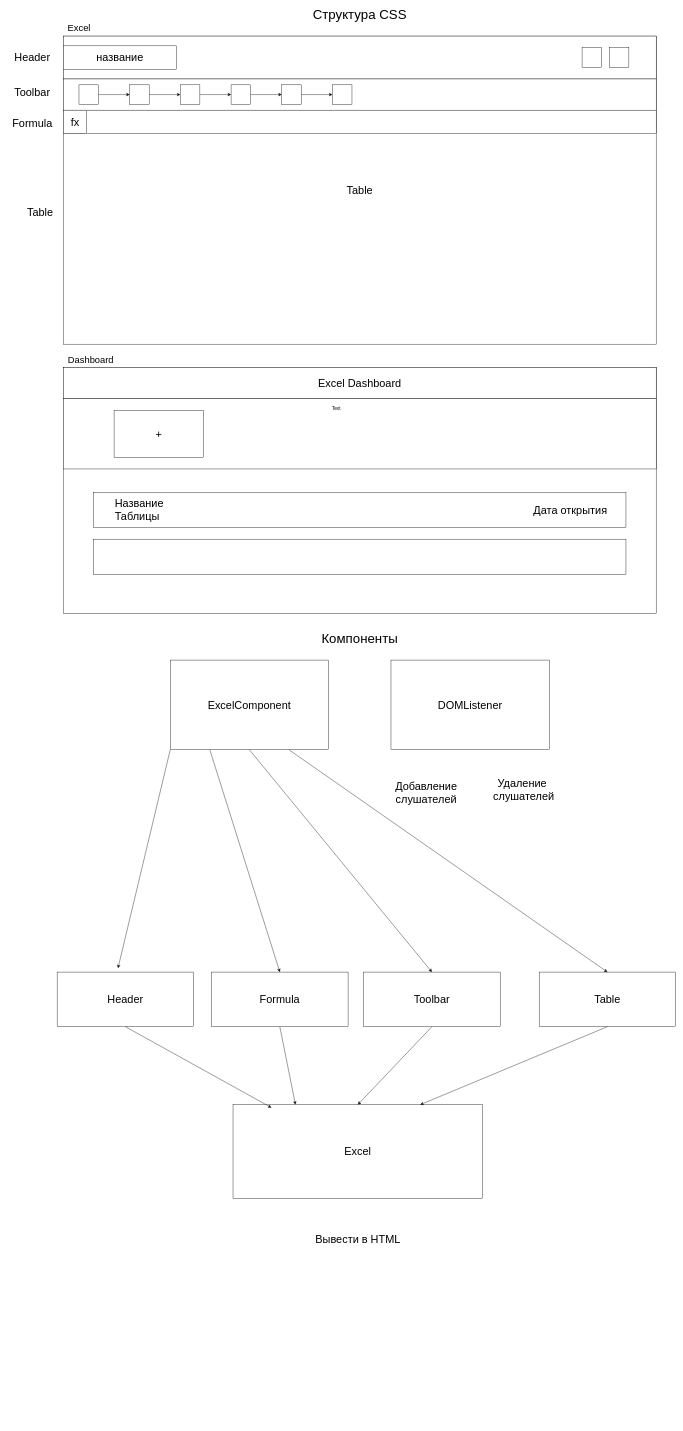
Alexander-Sab/Think_Senor keeps this draw.io diagram as src/scss/Диаграмма без названия.drawio. Above is the earlier version. Source tidied: cells renumbered, new cells numbered last; positions are measured from the earlier drawing's top-left corner, leaving out a move shared by most shapes. Both pictures are drawn from the tidied source at 39%, with x=0, y=0 at pixel (7, 9).
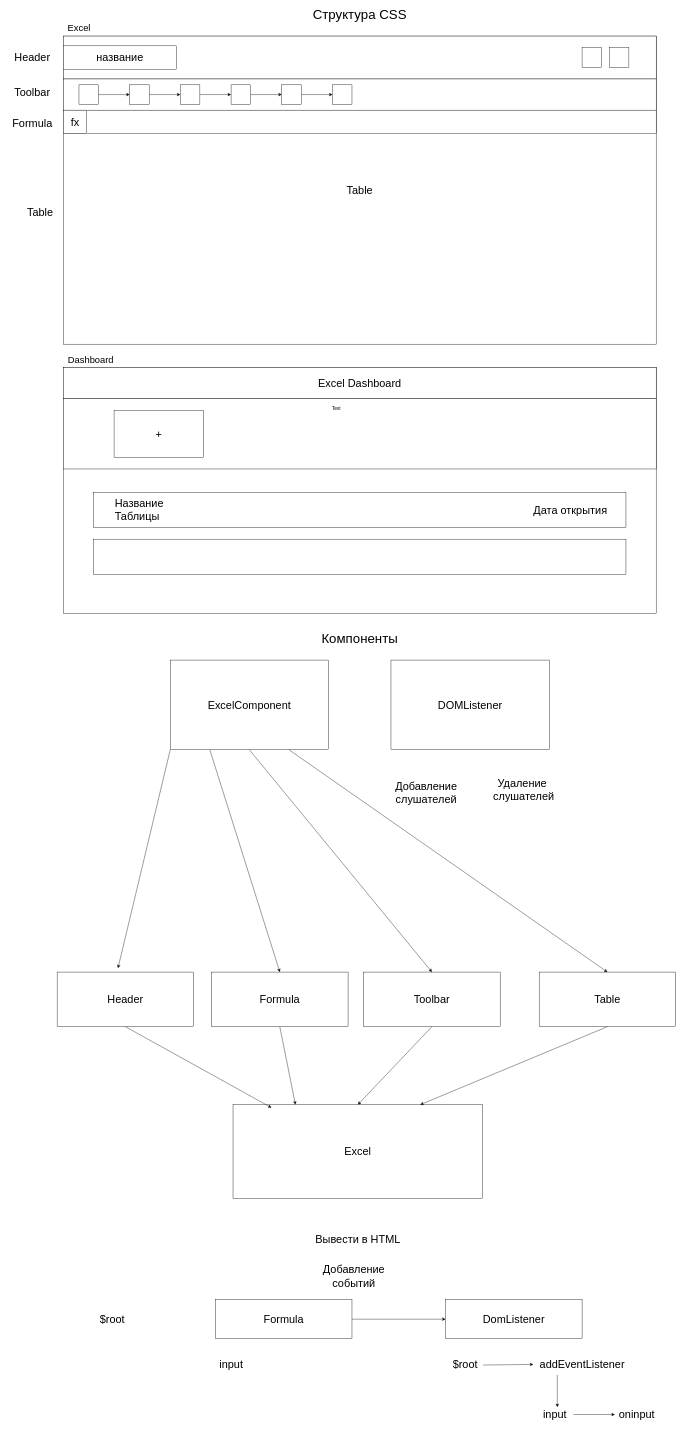
Above is the later version.

Change to the diagram source:
```diff
@@
+    <mxCell id="56" value="&lt;font style=&quot;font-size: 28px;&quot;&gt;Добавление событий&lt;/font&gt;" style="text;html=1;align=center;verticalAlign=middle;whiteSpace=wrap;rounded=0;strokeWidth=28;" parent="1" vertex="1">
+      <mxGeometry x="795" y="3210" width="190" height="80" as="geometry" />
+    </mxCell>
+    <mxCell id="57" value="&lt;font style=&quot;font-size: 28px;&quot;&gt;Formula&lt;/font&gt;" style="rounded=0;whiteSpace=wrap;html=1;" parent="1" vertex="1">
+      <mxGeometry x="535" y="3310" width="350" height="100" as="geometry" />
+    </mxCell>
+    <mxCell id="58" value="&lt;font style=&quot;font-size: 28px;&quot;&gt;DomListener&lt;/font&gt;" style="rounded=0;whiteSpace=wrap;html=1;" parent="1" vertex="1">
+      <mxGeometry x="1125" y="3310" width="350" height="100" as="geometry" />
+    </mxCell>
+    <mxCell id="59" value="&lt;span style=&quot;font-size: 28px;&quot;&gt;input&lt;/span&gt;" style="text;html=1;align=center;verticalAlign=middle;strokeColor=none;fillColor=none;" parent="1" vertex="1">
+      <mxGeometry x="535" y="3450" width="80" height="50" as="geometry" />
+    </mxCell>
+    <mxCell id="60" value="&lt;span style=&quot;font-size: 28px;&quot;&gt;$root&lt;/span&gt;" style="text;html=1;align=center;verticalAlign=middle;strokeColor=none;fillColor=none;" parent="1" vertex="1">
+      <mxGeometry x="225" y="3335" width="90" height="50" as="geometry" />
+    </mxCell>
+    <mxCell id="61" style="endArrow=classic;html=1;rounded=0;exitX=1;exitY=0.5;exitDx=0;exitDy=0;entryX=0;entryY=0.5;entryDx=0;entryDy=0;" parent="1" edge="1" source="57" target="58">
+      <mxGeometry relative="1" as="geometry" />
+    </mxCell>
+    <mxCell id="62" value="&lt;span style=&quot;font-size: 28px;&quot;&gt;$root&lt;/span&gt;" style="text;html=1;align=center;verticalAlign=middle;points=[];strokeColor=none;fillColor=none;" parent="1" vertex="1">
+      <mxGeometry x="1130" y="3450" width="90" height="50" as="geometry" />
+    </mxCell>
+    <mxCell id="63" value="&lt;font style=&quot;font-size: 28px;&quot;&gt;addEventListener&lt;/font&gt;" style="text;html=1;align=center;verticalAlign=middle;points=[];strokeColor=none;fillColor=none;" parent="1" vertex="1">
+      <mxGeometry x="1355" y="3450" width="240" height="50" as="geometry" />
+    </mxCell>
+    <mxCell id="64" style="endArrow=classic;html=1;rounded=0;exitX=1.011;exitY=0.551;exitDx=0;exitDy=0;exitPerimeter=0;" parent="1" edge="1" source="62">
+      <mxGeometry relative="1" as="geometry">
+        <mxPoint x="1350" y="3476" as="targetPoint" />
+      </mxGeometry>
+    </mxCell>
+    <mxCell id="65" value="&lt;span style=&quot;font-size: 28px;&quot;&gt;input&lt;/span&gt;" style="text;html=1;align=center;verticalAlign=middle;points=[];strokeColor=none;fillColor=none;" parent="1" vertex="1">
+      <mxGeometry x="1365" y="3580" width="80" height="50" as="geometry" />
+    </mxCell>
+    <mxCell id="66" value="&lt;span style=&quot;font-size: 28px;&quot;&gt;oninput&lt;/span&gt;" style="text;html=1;align=center;verticalAlign=middle;points=[];strokeColor=none;fillColor=none;" parent="1" vertex="1">
+      <mxGeometry x="1555" y="3580" width="120" height="50" as="geometry" />
+    </mxCell>
+    <mxCell id="67" style="endArrow=classic;html=1;rounded=0;exitX=0.235;exitY=1.059;exitDx=0;exitDy=0;exitPerimeter=0;entryX=0.581;entryY=0.109;entryDx=0;entryDy=0;entryPerimeter=0;" parent="1" edge="1" source="63" target="65">
+      <mxGeometry relative="1" as="geometry" />
+    </mxCell>
+    <mxCell id="68" style="endArrow=classic;html=1;rounded=0;exitX=1.097;exitY=0.49;exitDx=0;exitDy=0;exitPerimeter=0;entryX=0.034;entryY=0.49;entryDx=0;entryDy=0;entryPerimeter=0;" parent="1" edge="1" source="65" target="66">
+      <mxGeometry relative="1" as="geometry" />
+    </mxCell>
```
